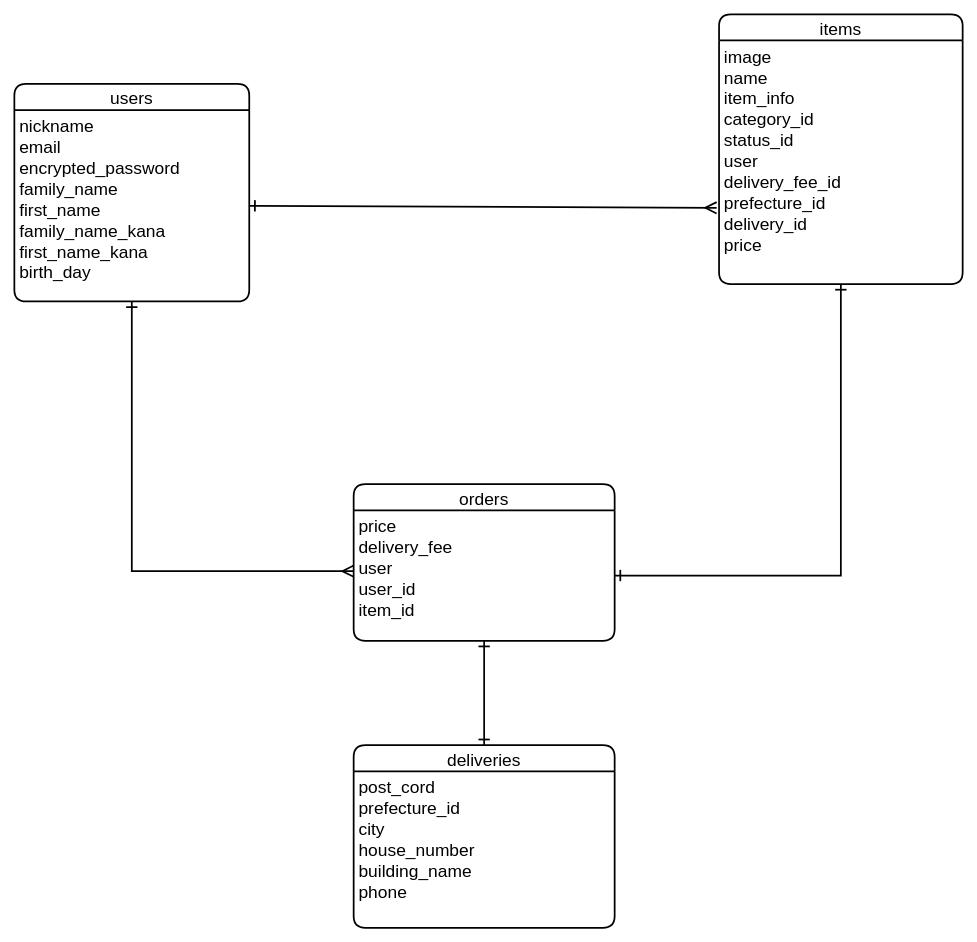
Earlier version of the draw.io diagram furima.dio (chiharukakimoto/furima-36185). Source tidied: cells renumbered, new cells numbered last; positions are measured from the earlier drawing's top-left corner, leaving out a move shared by most shapes. Both pictures are drawn from the tidied source at 87%, with x=0, y=0 at pixel (14, 14).
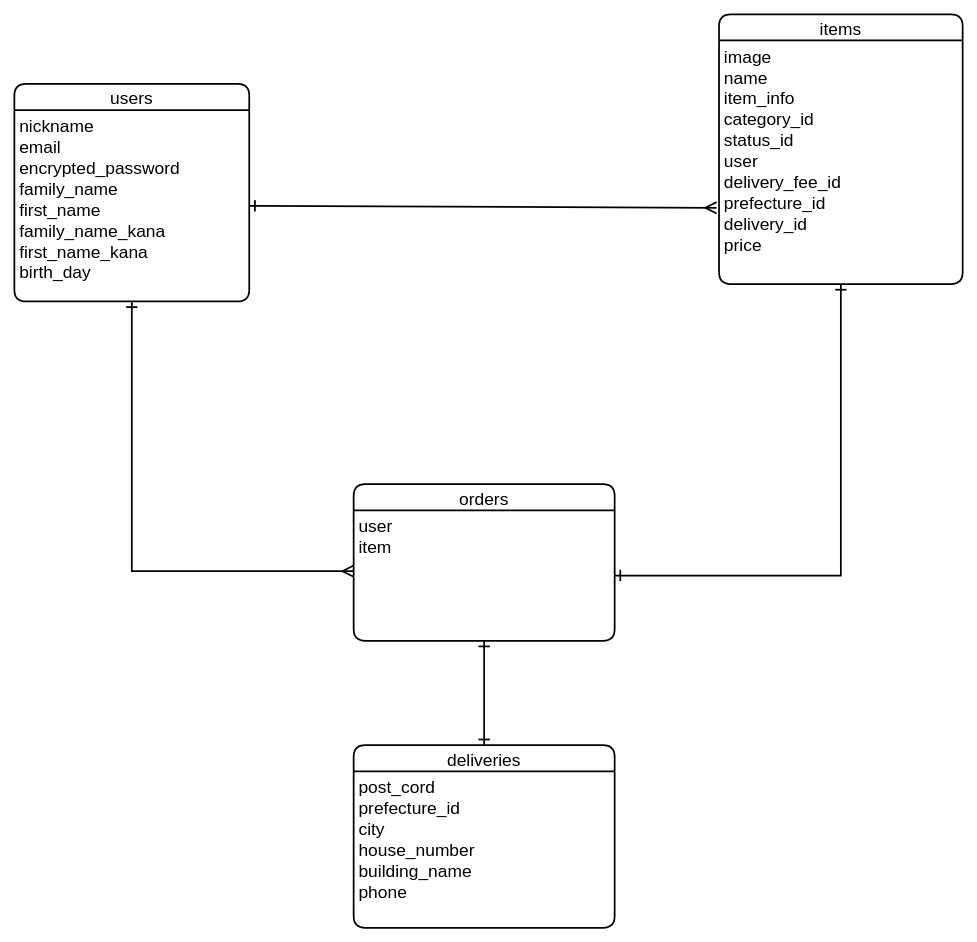
The same diagram, later.

Diff of the diagram source:
```diff
@@
 <mxGraphModel>
   <root>
     <mxCell id="0" />
     <mxCell id="1" parent="0" />
     <mxCell id="2" value="users" style="swimlane;horizontal=1;startSize=30;rounded=1;fontSize=20;fontStyle=0;strokeWidth=2;shadow=0;dashed=0;align=center;" parent="1" vertex="1">
       <mxGeometry y="80" width="270" height="250" as="geometry" />
     </mxCell>
     <mxCell id="3" value="nickname&#10;email&#10;encrypted_password&#10;family_name&#10;first_name&#10;family_name_kana&#10;first_name_kana&#10;birth_day" style="align=left;strokeColor=none;fillColor=none;spacingLeft=4;fontSize=20;verticalAlign=top;" parent="2" vertex="1">
       <mxGeometry y="30" width="270" height="220" as="geometry" />
     </mxCell>
     <mxCell id="4" value="items" style="swimlane;horizontal=1;startSize=30;rounded=1;fontSize=20;fontStyle=0;strokeWidth=2;shadow=0;dashed=0;align=center;" parent="1" vertex="1">
       <mxGeometry x="810" width="280" height="310" as="geometry" />
     </mxCell>
     <mxCell id="5" value="image&#10;name&#10;item_info&#10;category_id&#10;status_id&#10;user&#10;delivery_fee_id&#10;prefecture_id&#10;delivery_id&#10;price" style="align=left;strokeColor=none;fillColor=none;spacingLeft=4;fontSize=20;verticalAlign=top;" parent="4" vertex="1">
       <mxGeometry y="30" width="280" height="280" as="geometry" />
     </mxCell>
     <mxCell id="6" value="deliveries" style="swimlane;horizontal=1;startSize=30;rounded=1;fontSize=20;fontStyle=0;strokeWidth=2;shadow=0;dashed=0;align=center;" parent="1" vertex="1">
       <mxGeometry x="390" y="840" width="300" height="210" as="geometry" />
     </mxCell>
     <mxCell id="7" value="post_cord&#10;prefecture_id&#10;city&#10;house_number&#10;building_name&#10;phone&#10;" style="align=left;strokeColor=none;fillColor=none;spacingLeft=4;fontSize=20;verticalAlign=top;" parent="6" vertex="1">
       <mxGeometry y="30" width="300" height="180" as="geometry" />
     </mxCell>
     <mxCell id="8" value="orders" style="swimlane;horizontal=1;startSize=30;rounded=1;fontSize=20;fontStyle=0;strokeWidth=2;shadow=0;dashed=0;align=center;" parent="1" vertex="1">
       <mxGeometry x="390" y="540" width="300" height="180" as="geometry" />
     </mxCell>
-    <mxCell id="9" value="price&#10;delivery_fee&#10;user&#10;user_id&#10;item_id" style="align=left;strokeColor=none;fillColor=none;spacingLeft=4;fontSize=20;verticalAlign=top;" parent="8" vertex="1">
+    <mxCell id="9" value="user&#10;item" style="align=left;strokeColor=none;fillColor=none;spacingLeft=4;fontSize=20;verticalAlign=top;" parent="8" vertex="1">
       <mxGeometry y="30" width="300" height="150" as="geometry" />
     </mxCell>
     <mxCell id="10" style="edgeStyle=orthogonalEdgeStyle;rounded=0;jettySize=auto;html=1;fontSize=20;startArrow=ERmany;startFill=0;endArrow=ERone;endFill=0;startSize=10;endSize=10;sourcePerimeterSpacing=10;targetPerimeterSpacing=10;strokeWidth=2;entryX=0.5;entryY=1;entryDx=0;entryDy=0;" parent="1" edge="1" target="3">
       <mxGeometry relative="1" as="geometry">
         <mxPoint x="390" y="640" as="sourcePoint" />
         <Array as="points">
           <mxPoint x="135" y="640" />
         </Array>
       </mxGeometry>
     </mxCell>
     <mxCell id="11" style="rounded=0;jettySize=auto;html=1;exitX=1;exitY=0.5;exitDx=0;exitDy=0;entryX=-0.01;entryY=0.687;entryDx=0;entryDy=0;entryPerimeter=0;fontSize=20;startArrow=ERone;startFill=0;endArrow=ERmany;endFill=0;startSize=10;endSize=10;sourcePerimeterSpacing=10;targetPerimeterSpacing=10;strokeWidth=2;" parent="1" edge="1" source="3" target="5">
       <mxGeometry relative="1" as="geometry" />
     </mxCell>
     <mxCell id="12" style="edgeStyle=none;rounded=0;jettySize=auto;html=1;exitX=0.5;exitY=1;exitDx=0;exitDy=0;entryX=0.5;entryY=0;entryDx=0;entryDy=0;fontSize=20;startArrow=ERone;startFill=0;endArrow=ERone;endFill=0;startSize=10;endSize=10;sourcePerimeterSpacing=10;targetPerimeterSpacing=10;strokeWidth=2;" parent="1" edge="1" source="9" target="6">
       <mxGeometry relative="1" as="geometry" />
     </mxCell>
     <mxCell id="13" style="edgeStyle=orthogonalEdgeStyle;rounded=0;jettySize=auto;html=1;fontSize=20;startArrow=ERone;startFill=0;endArrow=ERone;endFill=0;startSize=10;endSize=10;sourcePerimeterSpacing=10;targetPerimeterSpacing=10;strokeWidth=2;exitX=1;exitY=0.5;exitDx=0;exitDy=0;entryX=0.5;entryY=1;entryDx=0;entryDy=0;" parent="1" edge="1" source="9" target="5">
       <mxGeometry relative="1" as="geometry" />
     </mxCell>
   </root>
 </mxGraphModel>
```
